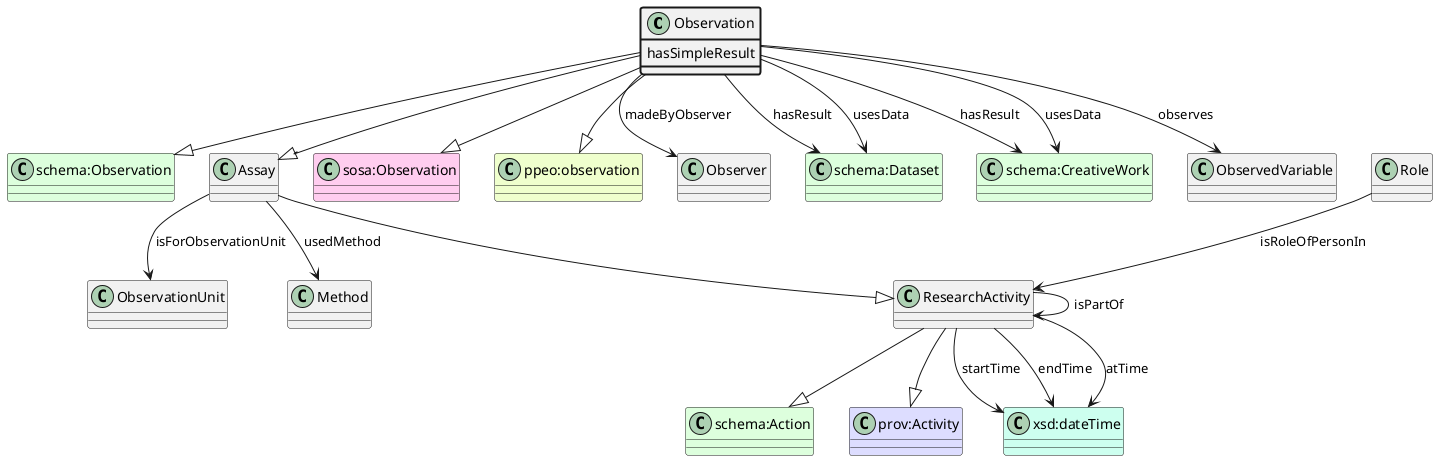
Earlier version of the PlantUML export ttl_uml/ttl_appn_Observation.png (aus-plant-phenomics-network/appn-schema). Its diagram source:
```plantuml
@startuml
class Observation  #line.bold
class "schema:Observation" #DDFFDD
Observation --|> "schema:Observation"
class Assay
class ResearchActivity
class "schema:Action" #DDFFDD
ResearchActivity --|> "schema:Action"
class "prov:Activity" #DDDDFF
ResearchActivity --|> "prov:Activity"
Assay --|> ResearchActivity
Observation --|> Assay
class "sosa:Observation" #FFCCEE
Observation --|> "sosa:Observation"
class "ppeo:observation" #EEFFCC
Observation --|> "ppeo:observation"
class Observer
Observation --> Observer : madeByObserver
class "schema:Dataset" #DDFFDD
Observation --> "schema:Dataset" : hasResult
class "schema:CreativeWork" #DDFFDD
Observation --> "schema:CreativeWork" : hasResult
class Observation #line.bold {
    hasSimpleResult
}
class "schema:Dataset" #DDFFDD
Observation --> "schema:Dataset" : usesData
class "schema:CreativeWork" #DDFFDD
Observation --> "schema:CreativeWork" : usesData
class ObservedVariable
Observation --> ObservedVariable : observes
class ObservationUnit
Assay --> ObservationUnit : isForObservationUnit
class Method
Assay --> Method : usedMethod
class ResearchActivity
ResearchActivity --> ResearchActivity : isPartOf
class Role
Role --> ResearchActivity : isRoleOfPersonIn
class "xsd:dateTime" #CCFFEE
ResearchActivity --> "xsd:dateTime" : startTime
class "xsd:dateTime" #CCFFEE
ResearchActivity --> "xsd:dateTime" : endTime
class "xsd:dateTime" #CCFFEE
ResearchActivity --> "xsd:dateTime" : atTime
@enduml
```
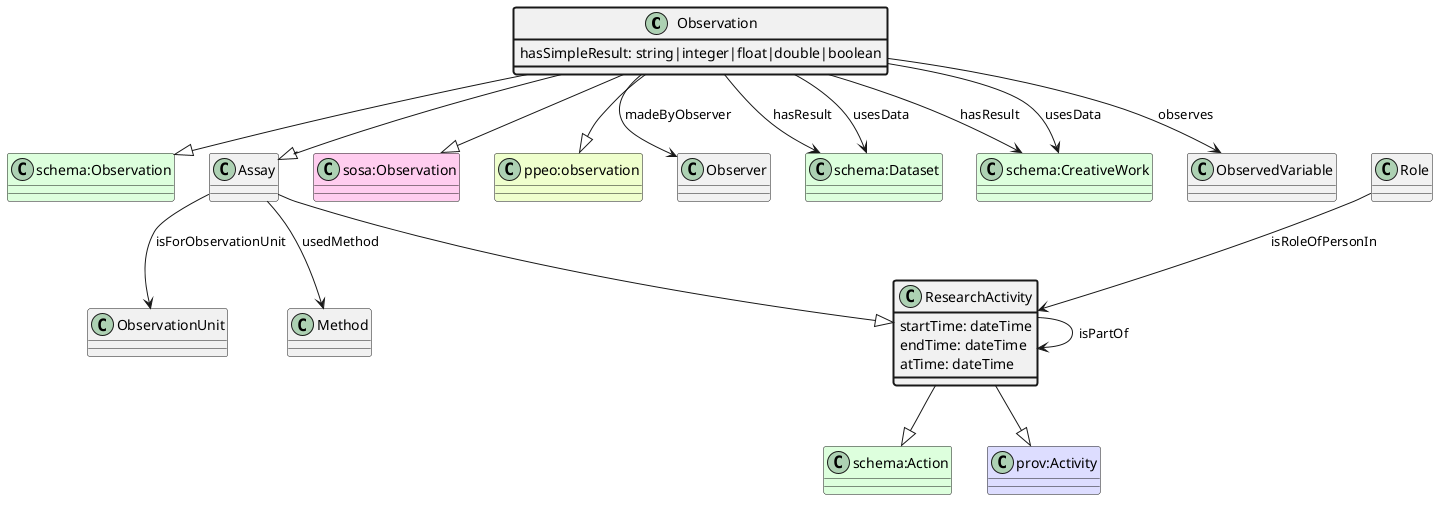
Above is the later version.

Change to the diagram source:
```diff
@@ -21,7 +21,7 @@
 class "schema:CreativeWork" #DDFFDD
 Observation --> "schema:CreativeWork" : hasResult
 class Observation #line.bold {
-    hasSimpleResult
+    hasSimpleResult: string|integer|float|double|boolean
 }
 class "schema:Dataset" #DDFFDD
 Observation --> "schema:Dataset" : usesData
@@ -37,10 +37,13 @@
 ResearchActivity --> ResearchActivity : isPartOf
 class Role
 Role --> ResearchActivity : isRoleOfPersonIn
-class "xsd:dateTime" #CCFFEE
-ResearchActivity --> "xsd:dateTime" : startTime
-class "xsd:dateTime" #CCFFEE
-ResearchActivity --> "xsd:dateTime" : endTime
-class "xsd:dateTime" #CCFFEE
-ResearchActivity --> "xsd:dateTime" : atTime
+class ResearchActivity #line.bold {
+    startTime: dateTime
+}
+class ResearchActivity #line.bold {
+    endTime: dateTime
+}
+class ResearchActivity #line.bold {
+    atTime: dateTime
+}
 @enduml
```
